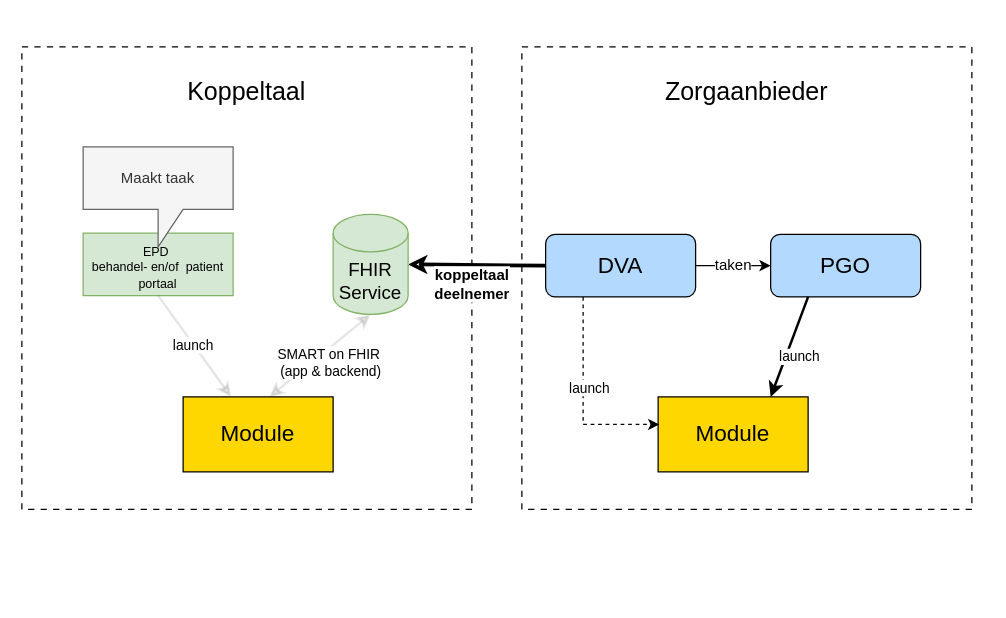
Before: input/images/koppeltaal/optie3.drawio in KoppelMij/koppelmij-designs, a draw.io diagram. Source tidied: cells renumbered, new cells numbered last; positions are measured from the earlier drawing's top-left corner, leaving out a move shared by most shapes. Both pictures are drawn from the tidied source at 125%, with x=0, y=0 at pixel (21, 46).
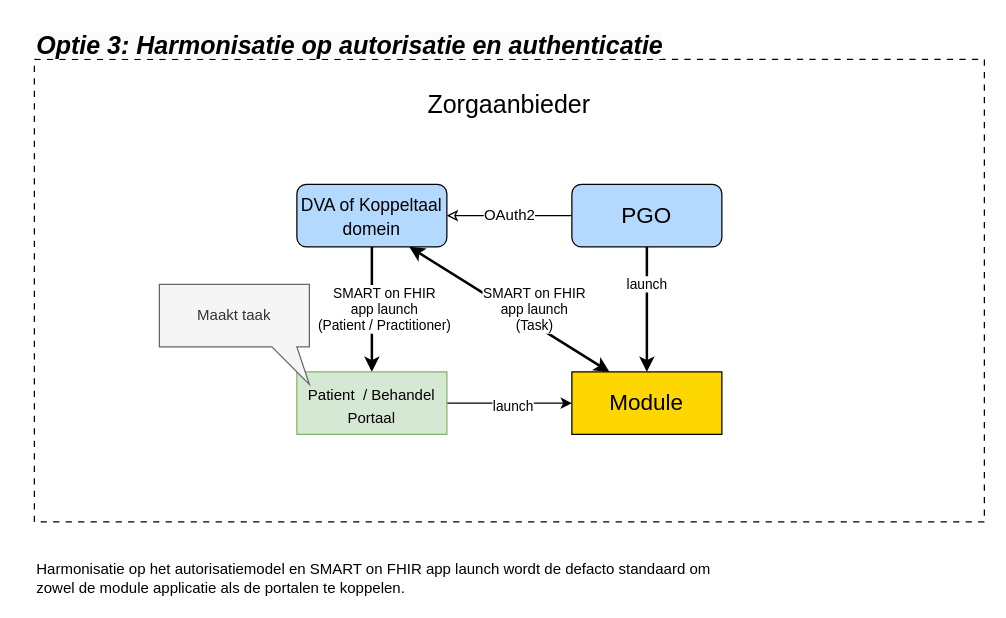
After the change.

Diff of the diagram source:
```diff
@@
-    <mxCell id="2" style="rounded=0;whiteSpace=wrap;html=1;dashed=1;dashPattern=5 5;fillColor=none;strokeColor=#000000;" parent="1" vertex="1">
-      <mxGeometry width="360" height="370" as="geometry" />
-    </mxCell>
-    <mxCell id="3" style="rounded=0;whiteSpace=wrap;html=1;dashed=1;dashPattern=5 5;fillColor=none;strokeColor=#000000;" parent="1" vertex="1">
-      <mxGeometry x="400" width="360" height="370" as="geometry" />
-    </mxCell>
-    <mxCell id="4" value="Koppeltaal" style="text;html=1;strokeColor=none;fillColor=none;align=center;verticalAlign=middle;whiteSpace=wrap;rounded=0;fontSize=20;fontStyle=0;" parent="1" vertex="1">
-      <mxGeometry x="120" y="20" width="120" height="30" as="geometry" />
-    </mxCell>
+    <mxCell id="20" style="rounded=0;whiteSpace=wrap;html=1;dashed=1;dashPattern=5 5;fillColor=none;strokeColor=#000000;" parent="1" vertex="1">
+      <mxGeometry x="10" y="10" width="760" height="370" as="geometry" />
+    </mxCell>
     <mxCell id="5" value="Zorgaanbieder" style="text;html=1;strokeColor=none;fillColor=none;align=center;verticalAlign=middle;whiteSpace=wrap;rounded=0;fontSize=20;fontStyle=0;" parent="1" vertex="1">
-      <mxGeometry x="520" y="20" width="120" height="30" as="geometry" />
+      <mxGeometry x="330" y="30" width="120" height="30" as="geometry" />
     </mxCell>
-    <mxCell id="6" value="taken" style="edgeStyle=orthogonalEdgeStyle;rounded=0;orthogonalLoop=1;jettySize=auto;html=1;exitX=1;exitY=0.5;exitDx=0;exitDy=0;entryX=0;entryY=0.5;entryDx=0;entryDy=0;strokeColor=#000000;fontSize=12;" parent="1" edge="1">
-      <mxGeometry relative="1" as="geometry">
-        <mxPoint x="600" y="175" as="targetPoint" />
-      </mxGeometry>
-    </mxCell>
-    <mxCell id="7" value="DVA" style="rounded=1;whiteSpace=wrap;html=1;fillColor=#B3D9FF;strokeColor=#000000;fontSize=18;arcSize=15;" parent="1" vertex="1">
-      <mxGeometry x="419" y="150" width="120" height="50" as="geometry" />
-    </mxCell>
+    <mxCell id="21" value="&lt;div style=&quot;line-height: 100%;&quot;&gt;&lt;font style=&quot;font-size: 14px;&quot;&gt;DVA of Koppeltaal domein&lt;/font&gt;&lt;/div&gt;" style="rounded=1;whiteSpace=wrap;html=1;fillColor=#B3D9FF;strokeColor=#000000;fontSize=18;arcSize=15;" parent="1" vertex="1">
+      <mxGeometry x="220" y="110" width="120" height="50" as="geometry" />
+    </mxCell>
     <mxCell id="8" value="PGO" style="rounded=1;whiteSpace=wrap;html=1;fillColor=#B3D9FF;strokeColor=#000000;fontSize=18;arcSize=15;" parent="1" vertex="1">
-      <mxGeometry x="599" y="150" width="120" height="50" as="geometry" />
+      <mxGeometry x="440" y="110" width="120" height="50" as="geometry" />
     </mxCell>
-    <mxCell id="9" value="Module" style="rounded=0;whiteSpace=wrap;html=1;fillColor=#FFD700;strokeColor=#000000;fontSize=18;" parent="1" vertex="1">
-      <mxGeometry x="509" y="280" width="120" height="60" as="geometry" />
-    </mxCell>
-    <mxCell id="10" value="&lt;b&gt;koppeltaal&lt;/b&gt;&lt;div&gt;&lt;b&gt;deelnemer&lt;/b&gt;&lt;/div&gt;" style="rounded=0;jettySize=auto;html=1;entryX=0;entryY=0.5;entryDx=0;entryDy=0;strokeColor=#000000;fontSize=12;startArrow=classic;startFill=0;endArrow=none;strokeWidth=3;elbow=vertical;exitX=1;exitY=0.5;exitDx=0;exitDy=0;exitPerimeter=0;" parent="1" edge="1" source="19">
-      <mxGeometry x="-0.08" y="-16" relative="1" as="geometry">
-        <mxPoint x="419" y="175" as="targetPoint" />
-      </mxGeometry>
-    </mxCell>
-    <mxCell id="11" value="taken" style="edgeStyle=orthogonalEdgeStyle;rounded=0;jettySize=auto;html=1;exitX=1;exitY=0.5;exitDx=0;exitDy=0;entryX=0;entryY=0.5;entryDx=0;entryDy=0;strokeColor=#000000;fontSize=12;" parent="1" edge="1" source="7" target="8">
-      <mxGeometry relative="1" as="geometry" />
-    </mxCell>
-    <mxCell id="12" value="launch" style="rounded=0;jettySize=auto;html=1;exitX=0.25;exitY=1;exitDx=0;exitDy=0;strokeColor=#000000;strokeWidth=2;fontSize=11;entryX=0.75;entryY=0;entryDx=0;entryDy=0;" parent="1" edge="1" source="8" target="9">
-      <mxGeometry x="0.1" y="10" relative="1" as="geometry" />
-    </mxCell>
-    <mxCell id="13" value="launch" style="rounded=0;jettySize=auto;html=1;exitX=0.25;exitY=1;exitDx=0;exitDy=0;entryX=0.008;entryY=0.367;entryDx=0;entryDy=0;strokeColor=#000000;dashed=1;dashPattern=3 3;fontSize=11;entryPerimeter=0;edgeStyle=orthogonalEdgeStyle;" parent="1" edge="1" source="7" target="9">
-      <mxGeometry x="-0.1" y="5" relative="1" as="geometry" />
-    </mxCell>
-    <mxCell id="14" value="&lt;div style=&quot;line-height: 70%;&quot;&gt;&lt;font style=&quot;font-size: 10px; line-height: 70%;&quot;&gt;EPD&amp;nbsp;&lt;/font&gt;&lt;div&gt;&lt;font style=&quot;font-size: 10px; line-height: 70%;&quot;&gt;behandel- en/of&amp;nbsp; patient portaal&lt;/font&gt;&lt;/div&gt;&lt;/div&gt;" style="rounded=0;whiteSpace=wrap;html=1;fillColor=#d5e8d4;strokeColor=#82b366;fontSize=18;" parent="1" vertex="1">
-      <mxGeometry x="49" y="149" width="120" height="50" as="geometry" />
-    </mxCell>
-    <mxCell id="15" value="Module" style="rounded=0;whiteSpace=wrap;html=1;fillColor=#FFD700;strokeColor=#000000;fontSize=18;" parent="1" vertex="1">
-      <mxGeometry x="129" y="280" width="120" height="60" as="geometry" />
-    </mxCell>
+    <mxCell id="22" value="Module" style="rounded=0;whiteSpace=wrap;html=1;fillColor=#FFD700;strokeColor=#000000;fontSize=18;" parent="1" vertex="1">
+      <mxGeometry x="440" y="260" width="120" height="50" as="geometry" />
+    </mxCell>
+    <mxCell id="23" value="OAuth2" style="edgeStyle=orthogonalEdgeStyle;rounded=0;jettySize=auto;html=1;exitX=1;exitY=0.5;exitDx=0;exitDy=0;strokeColor=#000000;fontSize=12;startArrow=classic;startFill=0;endArrow=none;entryX=0;entryY=0.5;entryDx=0;entryDy=0;" parent="1" edge="1" source="21" target="8">
+      <mxGeometry relative="1" as="geometry" />
+    </mxCell>
+    <mxCell id="24" value="SMART on FHIR&lt;div&gt;app launch&lt;/div&gt;&lt;div&gt;(Task)&lt;/div&gt;" style="rounded=0;jettySize=auto;html=1;exitX=0.75;exitY=1;exitDx=0;exitDy=0;entryX=0.25;entryY=0;entryDx=0;entryDy=0;strokeColor=#000000;strokeWidth=2;fontSize=11;startArrow=classic;startFill=1;" parent="1" edge="1" source="21" target="22">
+      <mxGeometry x="0.18" y="11" relative="1" as="geometry" />
+    </mxCell>
+    <mxCell id="25" value="launch" style="rounded=0;jettySize=auto;html=1;exitX=0.5;exitY=1;exitDx=0;exitDy=0;strokeColor=#000000;strokeWidth=2;fontSize=11;entryX=0.5;entryY=0;entryDx=0;entryDy=0;" parent="1" edge="1" source="8" target="22">
+      <mxGeometry x="-0.4" relative="1" as="geometry" />
+    </mxCell>
+    <mxCell id="26" value="SMART on FHIR&lt;div&gt;app launch&lt;/div&gt;&lt;div&gt;(Patient /&amp;nbsp;&lt;span style=&quot;background-color: light-dark(#ffffff, var(--ge-dark-color, #121212)); color: light-dark(rgb(0, 0, 0), rgb(255, 255, 255));&quot;&gt;Practitioner&lt;/span&gt;&lt;span style=&quot;background-color: light-dark(#ffffff, var(--ge-dark-color, #121212)); color: light-dark(rgb(0, 0, 0), rgb(255, 255, 255));&quot;&gt;)&lt;/span&gt;&lt;/div&gt;" style="rounded=0;jettySize=auto;html=1;exitX=0.5;exitY=1;exitDx=0;exitDy=0;strokeColor=#000000;strokeWidth=2;fontSize=11;entryX=0.5;entryY=0;entryDx=0;entryDy=0;" parent="1" edge="1" source="21" target="29">
+      <mxGeometry y="10" relative="1" as="geometry" />
+    </mxCell>
+    <mxCell id="27" style="edgeStyle=orthogonalEdgeStyle;rounded=0;jettySize=auto;html=1;entryX=0;entryY=0.5;entryDx=0;entryDy=0;" parent="1" edge="1" source="29" target="22">
+      <mxGeometry relative="1" as="geometry" />
+    </mxCell>
+    <mxCell id="28" value="launch" style="edgeLabel;html=1;align=center;verticalAlign=middle;" parent="27" vertex="1">
+      <mxGeometry x="0.03" y="-2" relative="1" as="geometry" />
+    </mxCell>
+    <mxCell id="29" value="&lt;div style=&quot;line-height: 100%;&quot;&gt;&lt;font style=&quot;font-size: 12px; line-height: 100%;&quot;&gt;Patient&amp;nbsp; / Behandel&lt;/font&gt;&lt;div&gt;&lt;font style=&quot;font-size: 12px; line-height: 100%;&quot;&gt;Portaal&lt;/font&gt;&lt;/div&gt;&lt;/div&gt;" style="rounded=0;whiteSpace=wrap;html=1;fillColor=#d5e8d4;strokeColor=#82b366;fontSize=18;verticalAlign=middle;" parent="1" vertex="1">
+      <mxGeometry x="220" y="260" width="120" height="50" as="geometry" />
+    </mxCell>
-    <mxCell id="16" value="Maakt taak" style="shape=callout;whiteSpace=wrap;html=1;perimeter=calloutPerimeter;fillColor=#f5f5f5;strokeColor=#666666;fontColor=#333333;" parent="1" vertex="1">
-      <mxGeometry x="49" y="80" width="120" height="80" as="geometry" />
+    <mxCell id="16" value="Maakt taak" style="shape=callout;whiteSpace=wrap;html=1;perimeter=calloutPerimeter;fillColor=#f5f5f5;strokeColor=#666666;fontColor=#333333;position2=1;base=20;size=30;position=0.75;" parent="1" vertex="1">
+      <mxGeometry x="110" y="190" width="120" height="80" as="geometry" />
     </mxCell>
-    <mxCell id="17" value="SMART on FHIR&amp;nbsp;&lt;div&gt;(app &amp;amp; backend)&lt;/div&gt;" style="rounded=0;jettySize=auto;html=1;entryX=0.575;entryY=0;entryDx=0;entryDy=0;strokeColor=#000000;strokeWidth=2;fontSize=11;startArrow=classic;startFill=1;entryPerimeter=0;exitX=0.5;exitY=1;exitDx=0;exitDy=0;exitPerimeter=0;opacity=10;" parent="1" edge="1" source="19" target="15">
-      <mxGeometry x="-0.07" y="10" relative="1" as="geometry" />
-    </mxCell>
-    <mxCell id="18" value="launch" style="rounded=0;jettySize=auto;html=1;exitX=0.5;exitY=1;exitDx=0;exitDy=0;strokeColor=#000000;strokeWidth=2;fontSize=11;opacity=10;" parent="1" edge="1" source="14" target="15">
-      <mxGeometry x="-0.01" y="-1" relative="1" as="geometry" />
-    </mxCell>
-    <mxCell id="19" value="FHIR Service" style="shape=cylinder3;whiteSpace=wrap;html=1;boundedLbl=1;backgroundOutline=1;size=15;fillColor=#d5e8d4;strokeColor=#82b366;fontSize=15;" parent="1" vertex="1">
-      <mxGeometry x="249" y="134" width="60" height="80" as="geometry" />
-    </mxCell>
+    <mxCell id="30" value="Harmonisatie op het autorisatiemodel en SMART on FHIR app launch wordt de defacto standaard om zowel de module applicatie als de portalen te koppelen." style="text;html=1;align=left;verticalAlign=middle;whiteSpace=wrap;rounded=0;" parent="1" vertex="1">
+      <mxGeometry x="10" y="410" width="560" height="30" as="geometry" />
+    </mxCell>
+    <mxCell id="31" value="&lt;span style=&quot;color: rgb(0, 0, 0); font-family: Helvetica; font-size: 20px; font-style: italic; font-variant-ligatures: normal; font-variant-caps: normal; font-weight: 700; letter-spacing: normal; orphans: 2; text-align: center; text-indent: 0px; text-transform: none; widows: 2; word-spacing: 0px; -webkit-text-stroke-width: 0px; white-space: normal; background-color: rgb(251, 251, 251); text-decoration-thickness: initial; text-decoration-style: initial; text-decoration-color: initial; display: inline !important; float: none;&quot;&gt;Optie 3: Harmonisatie op autorisatie en authenticatie&lt;/span&gt;" style="text;whiteSpace=wrap;html=1;" parent="1" vertex="1">
+      <mxGeometry x="10" y="-20" width="750" height="70" as="geometry" />
+    </mxCell>
```
